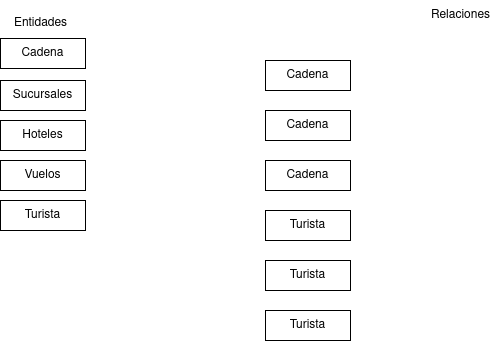
The draw.io diagram Ejercicios/tarea2/Tarea2_E3.drawio.png in adogonz23/BAE, before a commit. Source tidied: cells renumbered, new cells last; positions are measured from the earlier drawing's top-left corner, leaving out a move shared by most shapes. Source of this version:
```xml
<mxGraphModel>
  <root>
    <mxCell id="0" />
    <mxCell id="1" parent="0" />
    <mxCell id="2" value="&lt;div&gt;Entidades&lt;/div&gt;" style="text;html=1;align=center;verticalAlign=middle;strokeColor=none;fillColor=none;" parent="1" vertex="1">
      <mxGeometry y="8" width="80" height="30" as="geometry" />
    </mxCell>
    <mxCell id="3" value="Sucursales" style="rounded=0;whiteSpace=wrap;html=1;" parent="1" vertex="1">
      <mxGeometry y="80" width="85" height="30" as="geometry" />
    </mxCell>
    <mxCell id="4" value="Hoteles" style="rounded=0;whiteSpace=wrap;html=1;" parent="1" vertex="1">
      <mxGeometry y="120" width="85" height="30" as="geometry" />
    </mxCell>
    <mxCell id="5" value="Vuelos" style="rounded=0;whiteSpace=wrap;html=1;" parent="1" vertex="1">
      <mxGeometry y="160" width="85" height="30" as="geometry" />
    </mxCell>
    <mxCell id="6" value="Turista" style="rounded=0;whiteSpace=wrap;html=1;" parent="1" vertex="1">
      <mxGeometry y="200" width="85" height="30" as="geometry" />
    </mxCell>
    <mxCell id="7" value="Relaciones" style="text;html=1;align=center;verticalAlign=middle;strokeColor=none;fillColor=none;" parent="1" vertex="1">
      <mxGeometry x="420" width="80" height="30" as="geometry" />
    </mxCell>
    <mxCell id="8" value="Cadena" style="rounded=0;whiteSpace=wrap;html=1;" parent="1" vertex="1">
      <mxGeometry y="38" width="85" height="30" as="geometry" />
    </mxCell>
    <mxCell id="9" value="Cadena" style="rounded=0;whiteSpace=wrap;html=1;" parent="1" vertex="1">
      <mxGeometry x="265" y="60" width="85" height="30" as="geometry" />
    </mxCell>
    <mxCell id="10" value="Cadena" style="rounded=0;whiteSpace=wrap;html=1;" parent="1" vertex="1">
      <mxGeometry x="265" y="110" width="85" height="30" as="geometry" />
    </mxCell>
    <mxCell id="11" value="Cadena" style="rounded=0;whiteSpace=wrap;html=1;" parent="1" vertex="1">
      <mxGeometry x="265" y="160" width="85" height="30" as="geometry" />
    </mxCell>
    <mxCell id="12" value="Turista" style="rounded=0;whiteSpace=wrap;html=1;" parent="1" vertex="1">
      <mxGeometry x="265" y="210" width="85" height="30" as="geometry" />
    </mxCell>
    <mxCell id="13" value="Turista" style="rounded=0;whiteSpace=wrap;html=1;" parent="1" vertex="1">
      <mxGeometry x="265" y="260" width="85" height="30" as="geometry" />
    </mxCell>
    <mxCell id="14" value="Turista" style="rounded=0;whiteSpace=wrap;html=1;" parent="1" vertex="1">
      <mxGeometry x="265" y="310" width="85" height="30" as="geometry" />
    </mxCell>
  </root>
</mxGraphModel>
```
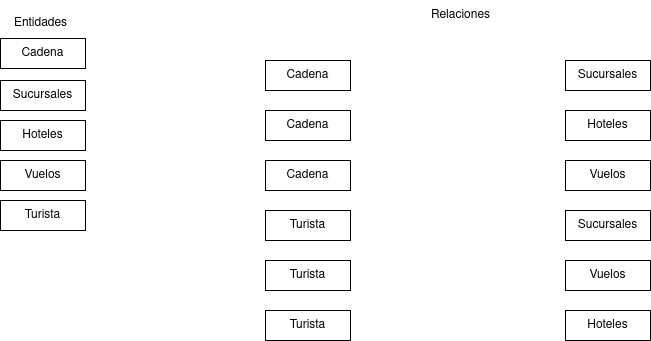
Above is the later version.

The edit, as a diff of the source:
```diff
@@ -9,7 +9,7 @@
       <mxGeometry y="80" width="85" height="30" as="geometry" />
     </mxCell>
     <mxCell id="4" value="Hoteles" style="rounded=0;whiteSpace=wrap;html=1;" parent="1" vertex="1">
-      <mxGeometry y="120" width="85" height="30" as="geometry" />
+      <mxGeometry x="565" y="110" width="85" height="30" as="geometry" />
     </mxCell>
     <mxCell id="5" value="Vuelos" style="rounded=0;whiteSpace=wrap;html=1;" parent="1" vertex="1">
       <mxGeometry y="160" width="85" height="30" as="geometry" />
@@ -41,5 +41,23 @@
     <mxCell id="14" value="Turista" style="rounded=0;whiteSpace=wrap;html=1;" parent="1" vertex="1">
       <mxGeometry x="265" y="310" width="85" height="30" as="geometry" />
     </mxCell>
+    <mxCell id="15" value="Sucursales" style="rounded=0;whiteSpace=wrap;html=1;" parent="1" vertex="1">
+      <mxGeometry x="565" y="60" width="85" height="30" as="geometry" />
+    </mxCell>
+    <mxCell id="16" value="Hoteles" style="rounded=0;whiteSpace=wrap;html=1;" parent="1" vertex="1">
+      <mxGeometry y="120" width="85" height="30" as="geometry" />
+    </mxCell>
+    <mxCell id="17" value="Vuelos" style="rounded=0;whiteSpace=wrap;html=1;" parent="1" vertex="1">
+      <mxGeometry x="565" y="160" width="85" height="30" as="geometry" />
+    </mxCell>
+    <mxCell id="18" value="Sucursales" style="rounded=0;whiteSpace=wrap;html=1;" parent="1" vertex="1">
+      <mxGeometry x="565" y="210" width="85" height="30" as="geometry" />
+    </mxCell>
+    <mxCell id="19" value="Vuelos" style="rounded=0;whiteSpace=wrap;html=1;" parent="1" vertex="1">
+      <mxGeometry x="565" y="260" width="85" height="30" as="geometry" />
+    </mxCell>
+    <mxCell id="20" value="Hoteles" style="rounded=0;whiteSpace=wrap;html=1;" parent="1" vertex="1">
+      <mxGeometry x="565" y="310" width="85" height="30" as="geometry" />
+    </mxCell>
   </root>
 </mxGraphModel>
```
